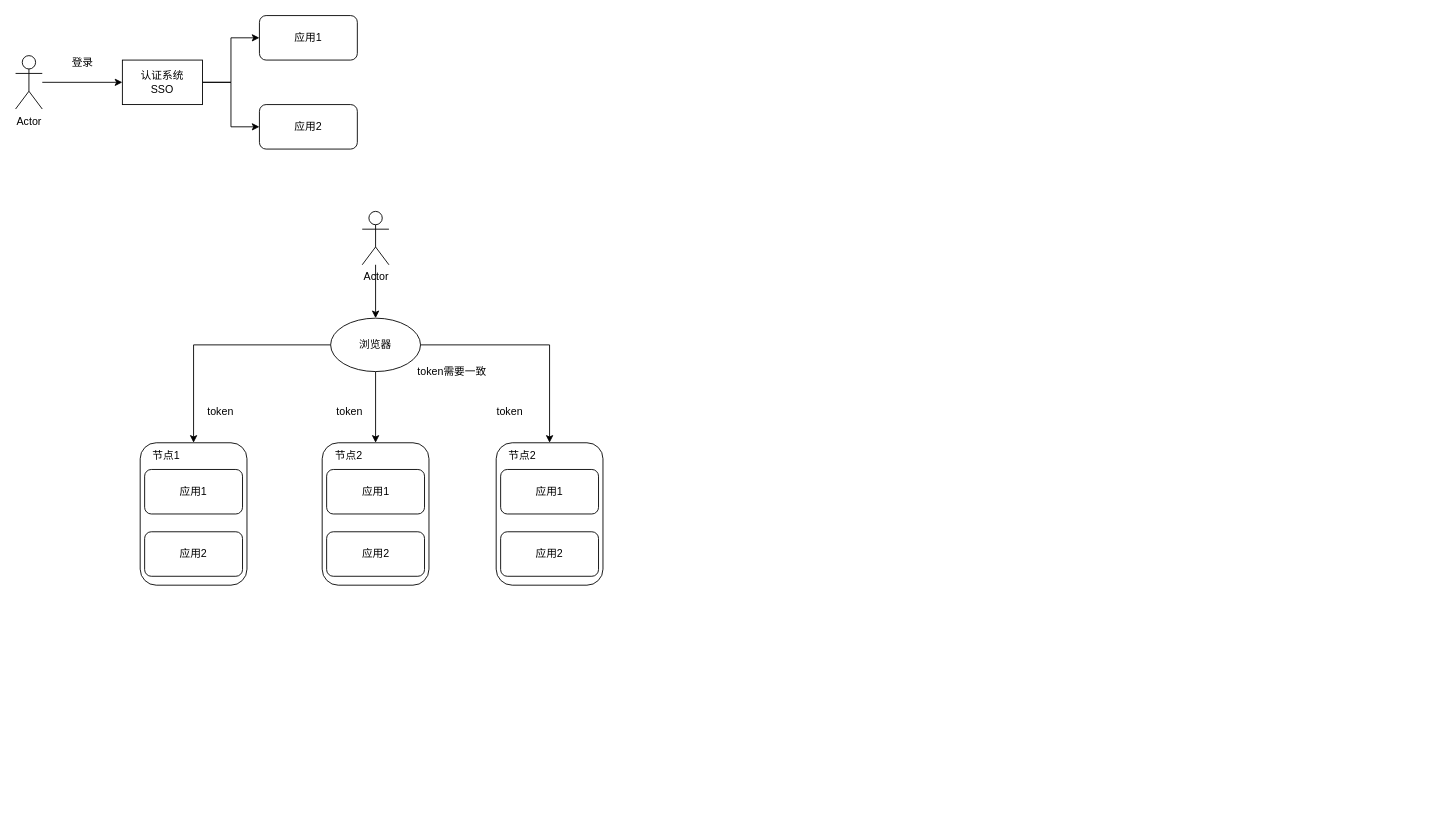
Above: cas跨域单点登录.drawio in Rodma1/draw (draw.io), before the change. Source tidied: cells renumbered, new cells numbered last; positions are measured from the earlier drawing's top-left corner, leaving out a move shared by most shapes. Both pictures are drawn from the tidied source at 89%, with x=0, y=0 at pixel (15, 15).
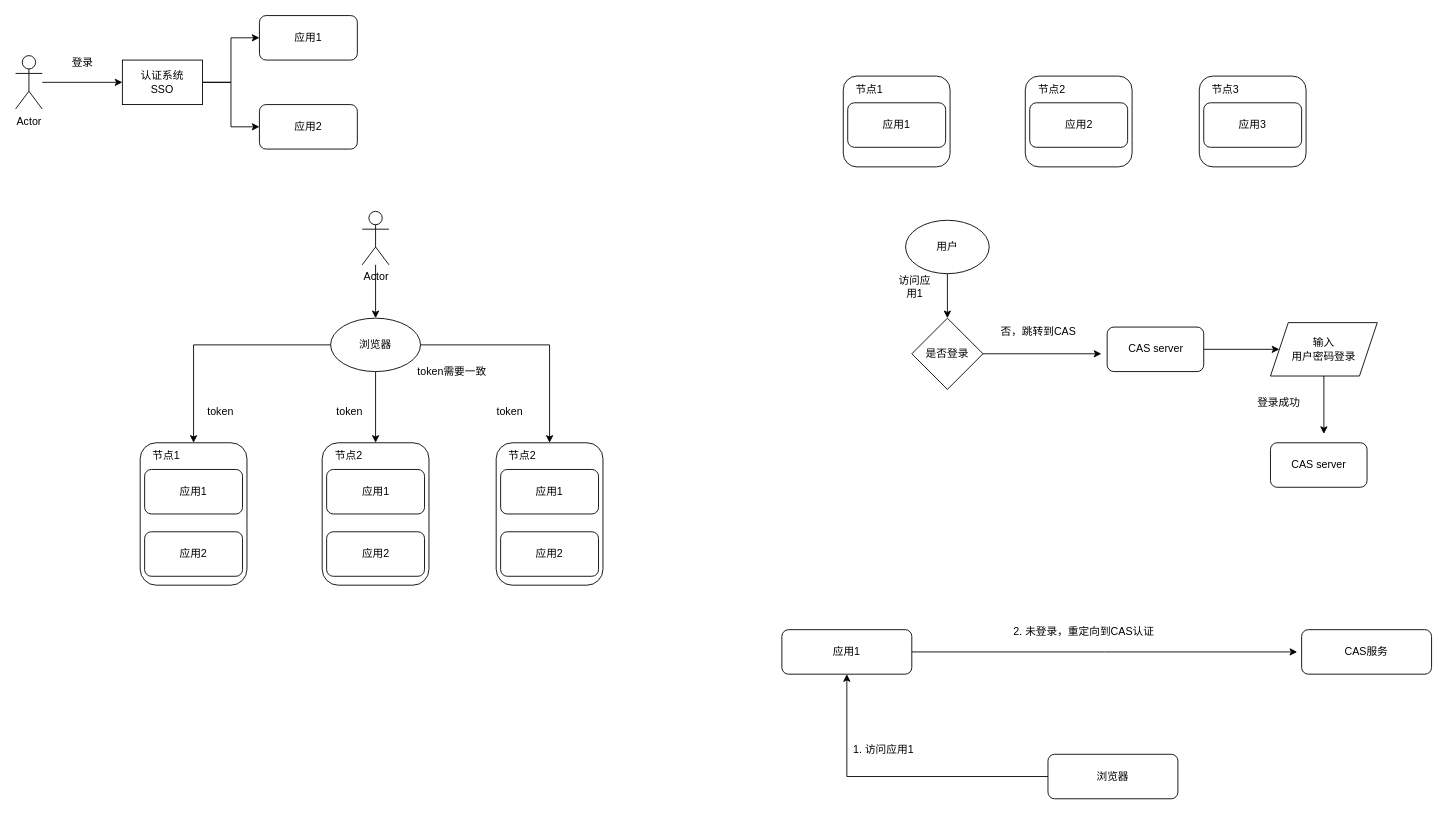
Above is the later version.

Commit message:
更新cas跨域单点登录.drawio

Change to the diagram source:
```diff
@@
+    <mxCell id="32" style="rounded=1;whiteSpace=wrap;html=1;" parent="1" vertex="1">
+      <mxGeometry x="930" y="68" width="120" height="102" as="geometry" />
+    </mxCell>
+    <mxCell id="33" value="节点1" style="text;html=1;align=center;verticalAlign=middle;strokeColor=none;fillColor=none;" parent="1" vertex="1">
+      <mxGeometry x="934" y="68" width="50" height="30" as="geometry" />
+    </mxCell>
+    <mxCell id="34" value="应用1" style="rounded=1;whiteSpace=wrap;html=1;" parent="1" vertex="1">
+      <mxGeometry x="935" y="98" width="110" height="50" as="geometry" />
+    </mxCell>
+    <mxCell id="35" style="rounded=1;whiteSpace=wrap;html=1;" parent="1" vertex="1">
+      <mxGeometry x="1134.5" y="68" width="120" height="102" as="geometry" />
+    </mxCell>
+    <mxCell id="36" value="节点2" style="text;html=1;align=center;verticalAlign=middle;strokeColor=none;fillColor=none;" parent="1" vertex="1">
+      <mxGeometry x="1138.5" y="68" width="50" height="30" as="geometry" />
+    </mxCell>
+    <mxCell id="37" value="应用2" style="rounded=1;whiteSpace=wrap;html=1;" parent="1" vertex="1">
+      <mxGeometry x="1139.5" y="98" width="110" height="50" as="geometry" />
+    </mxCell>
+    <mxCell id="38" style="rounded=1;whiteSpace=wrap;html=1;" parent="1" vertex="1">
+      <mxGeometry x="1330" y="68" width="120" height="102" as="geometry" />
+    </mxCell>
+    <mxCell id="39" value="节点3" style="text;html=1;align=center;verticalAlign=middle;strokeColor=none;fillColor=none;" parent="1" vertex="1">
+      <mxGeometry x="1334" y="68" width="50" height="30" as="geometry" />
+    </mxCell>
+    <mxCell id="40" value="应用3" style="rounded=1;whiteSpace=wrap;html=1;" parent="1" vertex="1">
+      <mxGeometry x="1335" y="98" width="110" height="50" as="geometry" />
+    </mxCell>
+    <mxCell id="41" style="edgeStyle=orthogonalEdgeStyle;rounded=0;jettySize=auto;html=1;" parent="1" edge="1" source="42">
+      <mxGeometry relative="1" as="geometry">
+        <mxPoint x="1047" y="340" as="targetPoint" />
+      </mxGeometry>
+    </mxCell>
+    <mxCell id="42" value="用户" style="ellipse;whiteSpace=wrap;html=1;" parent="1" vertex="1">
+      <mxGeometry x="1000" y="230" width="94" height="60" as="geometry" />
+    </mxCell>
+    <mxCell id="43" value="访问&lt;span style=&quot;text-wrap: wrap; font-size: 12px;&quot;&gt;应用1&lt;/span&gt;" style="text;html=1;align=center;verticalAlign=middle;strokeColor=none;fillColor=none;strokeWidth=1;fontSize=12;" parent="1" vertex="1">
+      <mxGeometry x="970" y="290" width="80" height="30" as="geometry" />
+    </mxCell>
+    <mxCell id="44" style="edgeStyle=orthogonalEdgeStyle;rounded=0;jettySize=auto;html=1;" parent="1" edge="1" source="45">
+      <mxGeometry relative="1" as="geometry">
+        <mxPoint x="1220" y="380" as="targetPoint" />
+      </mxGeometry>
+    </mxCell>
+    <mxCell id="45" value="是否登录" style="rhombus;whiteSpace=wrap;html=1;" parent="1" vertex="1">
+      <mxGeometry x="1007" y="340" width="80" height="80" as="geometry" />
+    </mxCell>
+    <mxCell id="46" style="edgeStyle=orthogonalEdgeStyle;rounded=0;jettySize=auto;html=1;entryX=0;entryY=0.5;entryDx=0;entryDy=0;" parent="1" edge="1" source="47" target="50">
+      <mxGeometry relative="1" as="geometry" />
+    </mxCell>
+    <mxCell id="47" value="CAS server" style="rounded=1;whiteSpace=wrap;html=1;" parent="1" vertex="1">
+      <mxGeometry x="1226.5" y="350" width="108.5" height="50" as="geometry" />
+    </mxCell>
+    <mxCell id="48" value="否，跳转到CAS" style="text;html=1;align=center;verticalAlign=middle;strokeColor=none;fillColor=none;" parent="1" vertex="1">
+      <mxGeometry x="1094" y="340" width="110" height="30" as="geometry" />
+    </mxCell>
+    <mxCell id="49" style="edgeStyle=orthogonalEdgeStyle;rounded=0;jettySize=auto;html=1;" parent="1" edge="1" source="50">
+      <mxGeometry relative="1" as="geometry">
+        <mxPoint x="1470" y="470" as="targetPoint" />
+      </mxGeometry>
+    </mxCell>
+    <mxCell id="50" value="输入&lt;div&gt;用户密码登录&lt;/div&gt;" style="shape=parallelogram;perimeter=parallelogramPerimeter;whiteSpace=wrap;html=1;fixedSize=1;" parent="1" vertex="1">
+      <mxGeometry x="1410" y="345" width="120" height="60" as="geometry" />
+    </mxCell>
+    <mxCell id="51" value="CAS server" style="rounded=1;whiteSpace=wrap;html=1;" parent="1" vertex="1">
+      <mxGeometry x="1410" y="480" width="108.5" height="50" as="geometry" />
+    </mxCell>
+    <mxCell id="52" value="登录成功" style="text;html=1;align=center;verticalAlign=middle;strokeColor=none;fillColor=none;" parent="1" vertex="1">
+      <mxGeometry x="1384" y="420" width="70" height="30" as="geometry" />
+    </mxCell>
+    <mxCell id="53" style="edgeStyle=orthogonalEdgeStyle;rounded=0;jettySize=auto;html=1;" parent="1" edge="1" source="54">
+      <mxGeometry relative="1" as="geometry">
+        <mxPoint x="1440" y="715" as="targetPoint" />
+      </mxGeometry>
+    </mxCell>
+    <mxCell id="54" value="应用1" style="rounded=1;whiteSpace=wrap;html=1;" parent="1" vertex="1">
+      <mxGeometry x="861" y="690" width="146" height="50" as="geometry" />
+    </mxCell>
+    <mxCell id="55" value="CAS服务" style="rounded=1;whiteSpace=wrap;html=1;" parent="1" vertex="1">
+      <mxGeometry x="1445" y="690" width="146" height="50" as="geometry" />
+    </mxCell>
+    <mxCell id="56" style="edgeStyle=orthogonalEdgeStyle;rounded=0;jettySize=auto;html=1;entryX=0.5;entryY=1;entryDx=0;entryDy=0;" parent="1" edge="1" source="57" target="54">
+      <mxGeometry relative="1" as="geometry" />
+    </mxCell>
+    <mxCell id="57" value="浏览器" style="rounded=1;whiteSpace=wrap;html=1;" parent="1" vertex="1">
+      <mxGeometry x="1160" y="830" width="146" height="50" as="geometry" />
+    </mxCell>
+    <mxCell id="58" value="1. 访问应用1" style="text;html=1;align=center;verticalAlign=middle;strokeColor=none;fillColor=none;" parent="1" vertex="1">
+      <mxGeometry x="930" y="810" width="90" height="30" as="geometry" />
+    </mxCell>
+    <mxCell id="59" value="2. 未登录，重定向到CAS认证" style="text;html=1;align=center;verticalAlign=middle;strokeColor=none;fillColor=none;" parent="1" vertex="1">
+      <mxGeometry x="1110" y="678" width="180" height="30" as="geometry" />
+    </mxCell>
```
